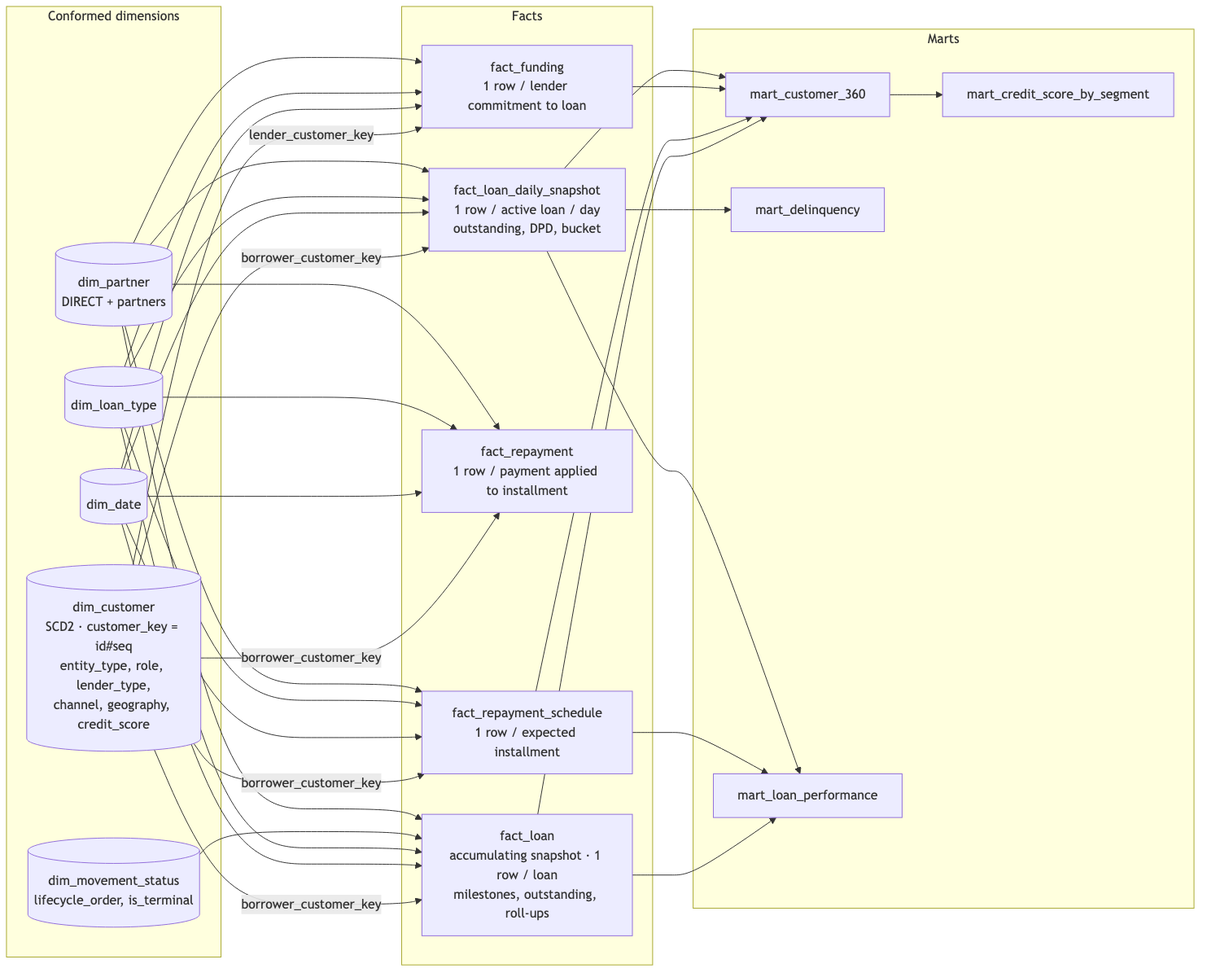
The Mermaid diagram docs/diagrams/02_dimensional_model.png in dailyimah/lending-dwh-dbt, before a commit. Its source is kept beside it as docs/diagrams/02_dimensional_model.mmd.
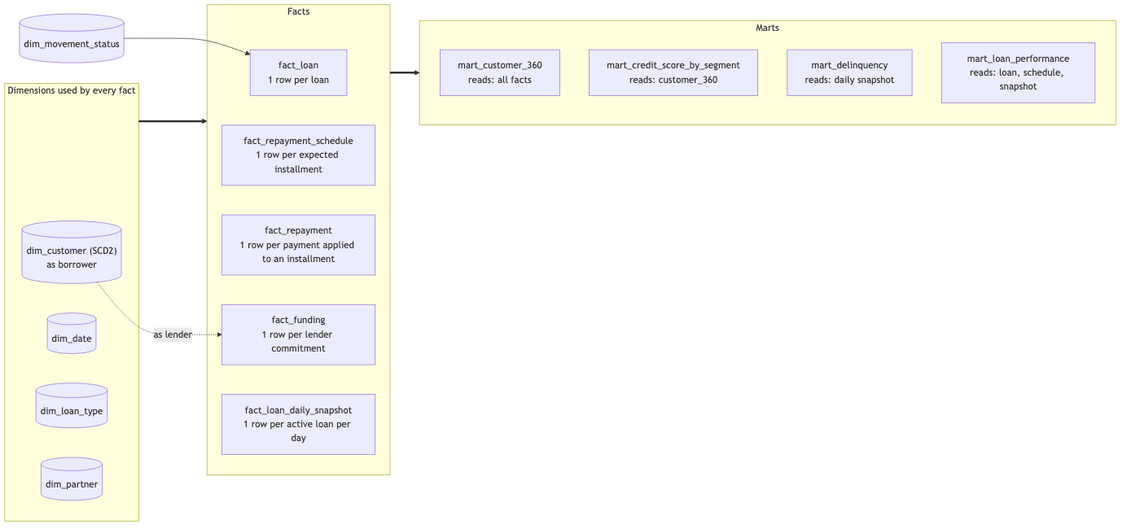
The same diagram one commit later.

Commit message:
Star-schema diagram drawn by rule: shared dimensions, exceptions only, marts list their sources

The edit, as a diff of the source:
```diff
@@ -1,39 +1,33 @@
 flowchart LR
 
-    subgraph DIMS[Conformed dimensions]
-        DC[("dim_customer<br/>SCD2 - customer_key = id#seq<br/>entity_type, role, lender_type,<br/>channel, geography, credit_score")]
+    subgraph SHARED[Dimensions used by every fact]
+        direction TB
+        DC[("dim_customer (SCD2)<br/>as borrower")]
         DD[("dim_date")]
         DLT[("dim_loan_type")]
-        DMS[("dim_movement_status<br/>lifecycle_order, is_terminal")]
-        DP[("dim_partner<br/>DIRECT + partners")]
+        DP[("dim_partner")]
     end
 
+    DMS[("dim_movement_status")]
+
     subgraph FACTS[Facts]
-        FL["fact_loan<br/>accumulating snapshot - 1 row / loan<br/>milestones, outstanding, roll-ups"]
-        FRS["fact_repayment_schedule<br/>1 row / expected installment"]
-        FR["fact_repayment<br/>1 row / payment applied to installment"]
-        FF["fact_funding<br/>1 row / lender commitment to loan"]
-        FS["fact_loan_daily_snapshot<br/>1 row / active loan / day<br/>outstanding, DPD, bucket"]
+        direction TB
+        FL["fact_loan<br/>1 row per loan"]
+        FRS["fact_repayment_schedule<br/>1 row per expected installment"]
+        FR["fact_repayment<br/>1 row per payment applied to an installment"]
+        FF["fact_funding<br/>1 row per lender commitment"]
+        FS["fact_loan_daily_snapshot<br/>1 row per active loan per day"]
     end
 
     subgraph MARTS[Marts]
-        M360["mart_customer_360"]
-        MCS["mart_credit_score_by_segment"]
-        MD["mart_delinquency"]
-        MLP["mart_loan_performance"]
+        direction TB
+        M360["mart_customer_360<br/>reads: all facts"]
+        MCS["mart_credit_score_by_segment<br/>reads: customer_360"]
+        MD["mart_delinquency<br/>reads: daily snapshot"]
+        MLP["mart_loan_performance<br/>reads: loan, schedule, snapshot"]
     end
 
-    DC -- borrower_customer_key --> FL
-    DC -- borrower_customer_key --> FRS
-    DC -- borrower_customer_key --> FR
-    DC -- lender_customer_key --> FF
-    DC -- borrower_customer_key --> FS
-    DD --> FL & FRS & FR & FF & FS
-    DLT --> FL & FRS & FR & FF & FS
+    SHARED ==> FACTS
+    DC -. "as lender" .-> FF
     DMS --> FL
-    DP --> FL & FRS & FR & FF & FS
-
-    FL & FRS & FF & FS --> M360
-    M360 --> MCS
-    FS --> MD
-    FL & FRS & FS --> MLP
+    FACTS ==> MARTS
```
